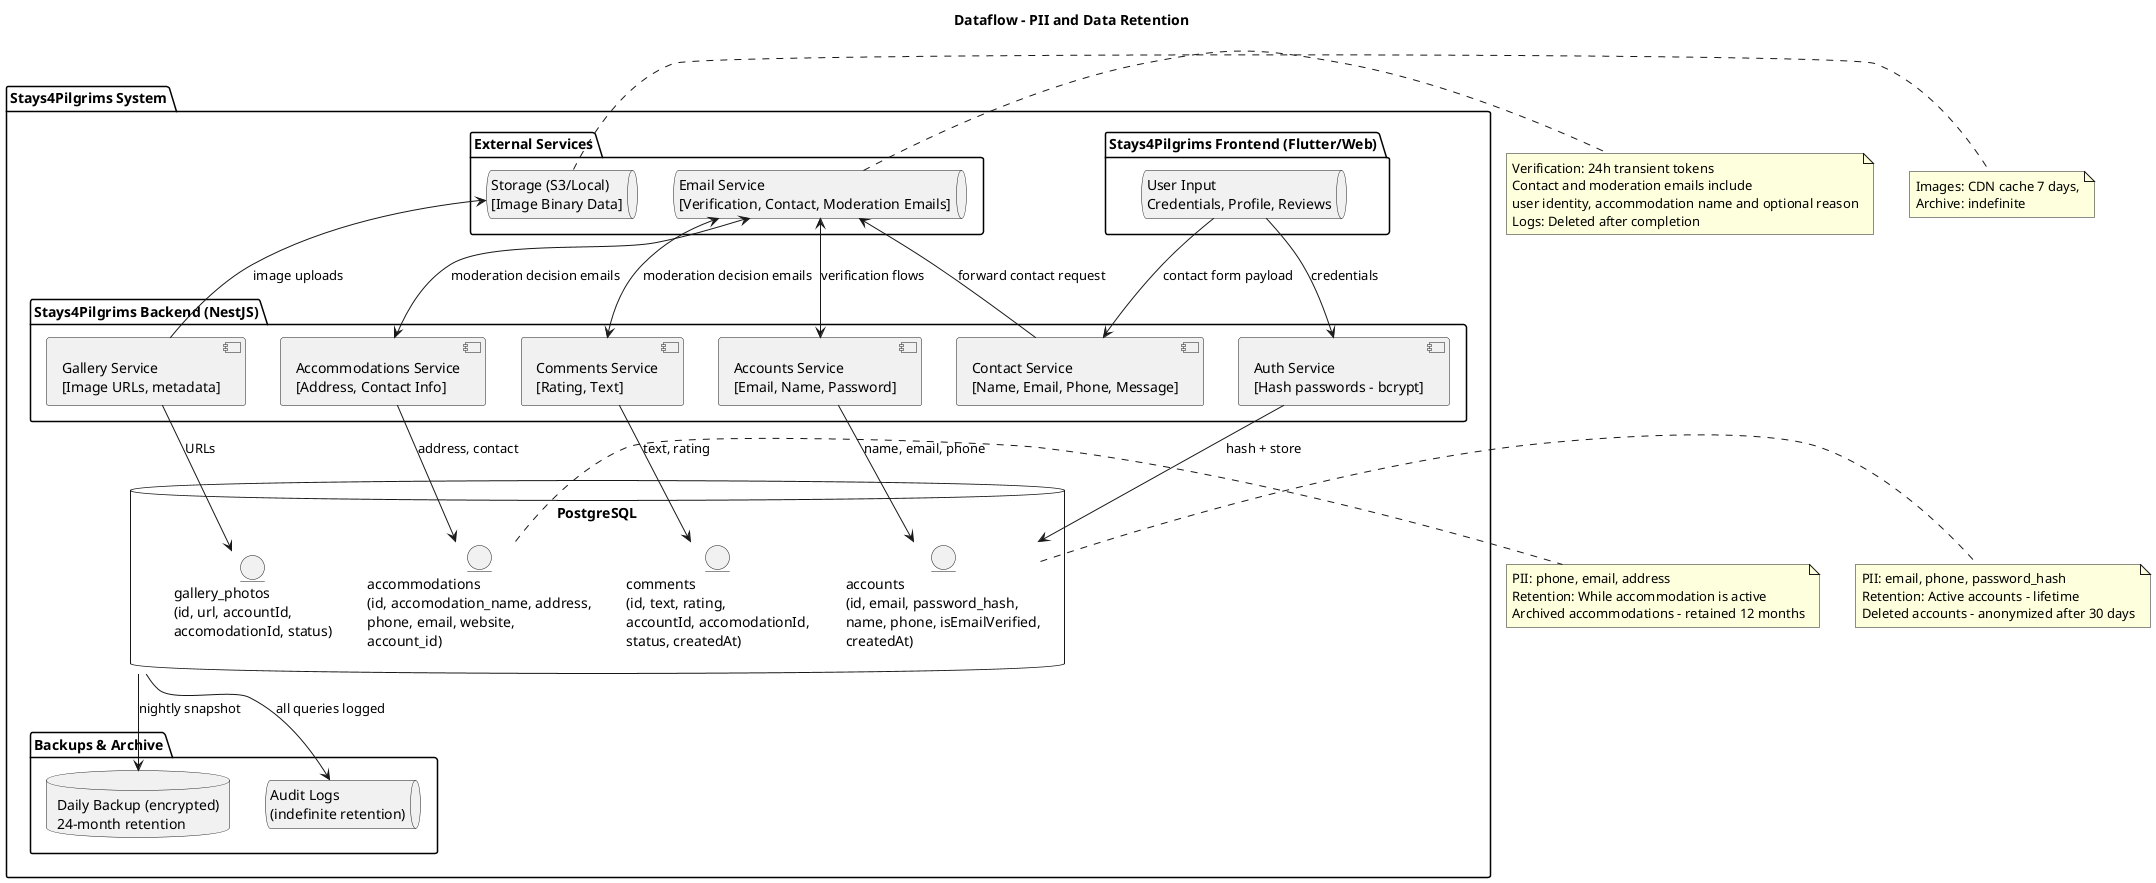
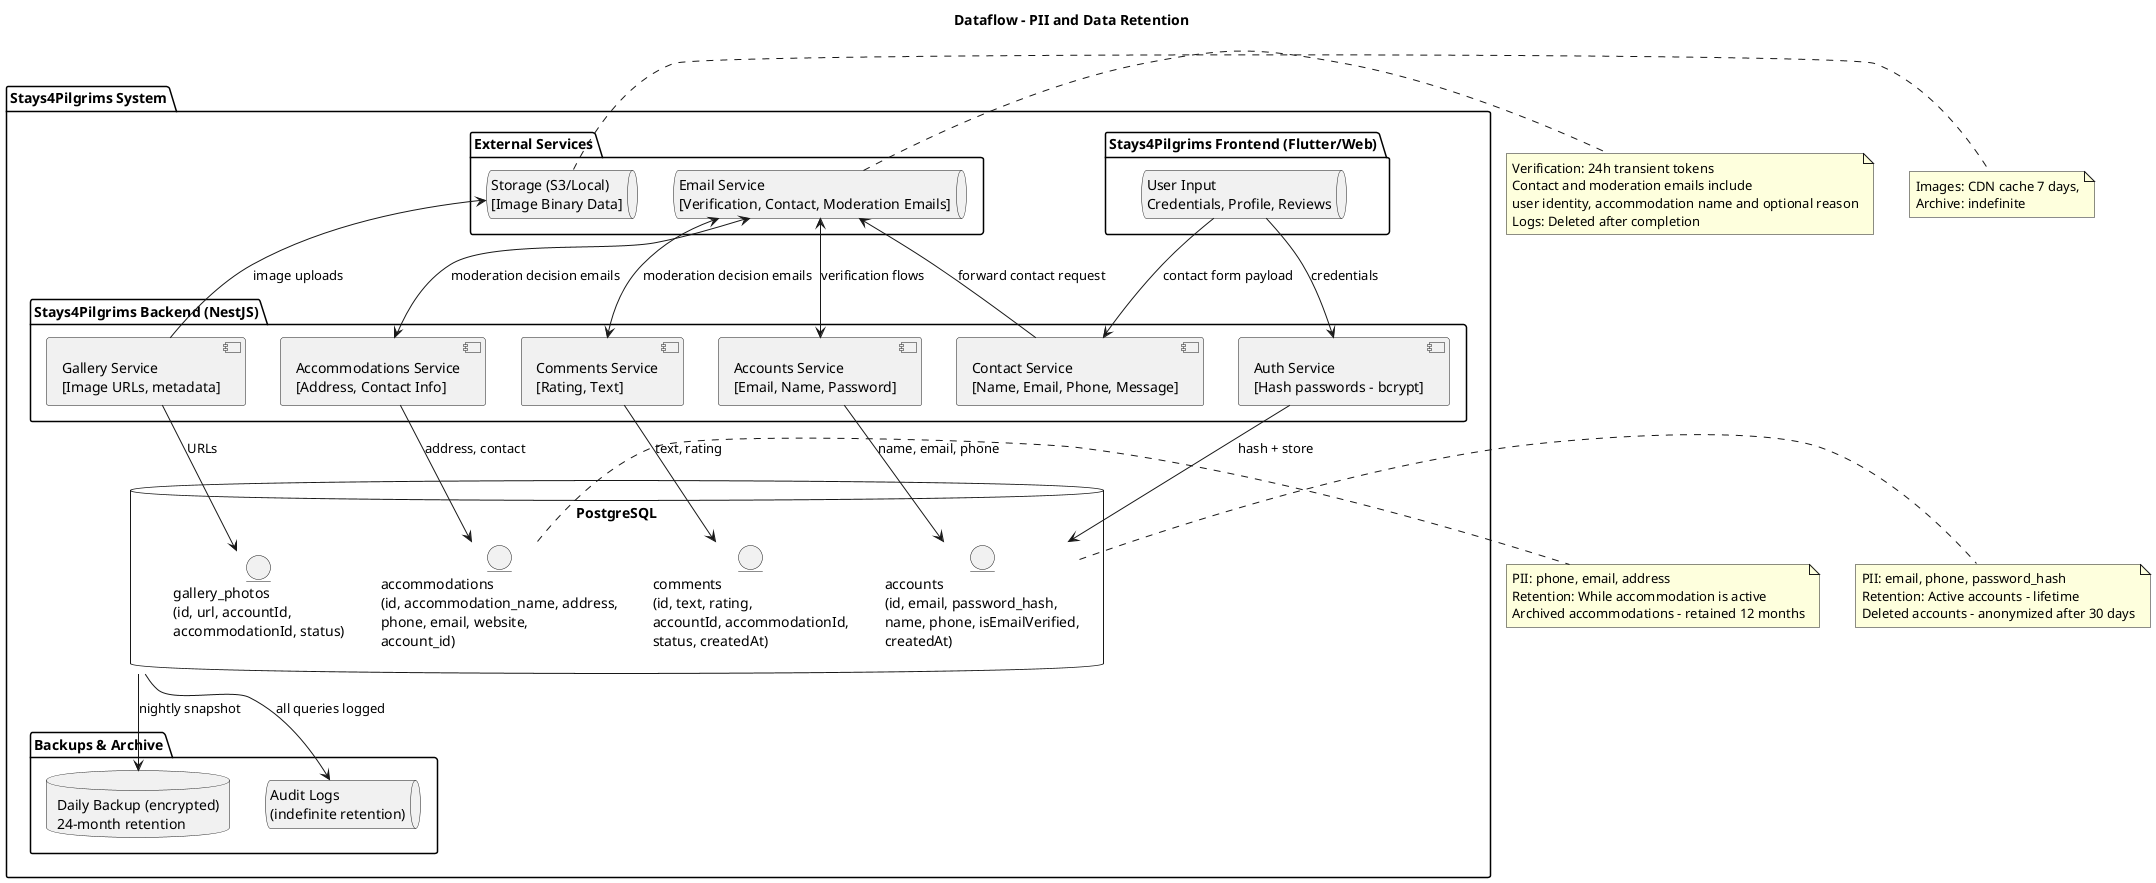
@startuml
title Dataflow - PII and Data Retention

package "Stays4Pilgrims System" {
  package "Stays4Pilgrims Frontend (Flutter/Web)" as Frontend {
    queue "User Input\nCredentials, Profile, Reviews" as FE_INPUT
  }

  package "Stays4Pilgrims Backend (NestJS)" as Backend {
    component "Auth Service\n[Hash passwords - bcrypt]" as AUTH
    component "Accounts Service\n[Email, Name, Password]" as ACC
    component "Accommodations Service\n[Address, Contact Info]" as ACCOMMODATIONS
    component "Comments Service\n[Rating, Text]" as COMMENTS
    component "Gallery Service\n[Image URLs, metadata]" as GALLERY
    component "Contact Service\n[Name, Email, Phone, Message]" as CONTACT
  }

  database "PostgreSQL" as DB {
    entity "accounts\n(id, email, password_hash,\nname, phone, isEmailVerified,\ncreatedAt)" as TBL_ACC
-     entity "accommodations\n(id, accomodation_name, address,\nphone, email, website,\naccount_id)" as TBL_ACCOMMODATIONS
-     entity "comments\n(id, text, rating,\naccountId, accomodationId,\nstatus, createdAt)" as TBL_COMMENTS
-     entity "gallery_photos\n(id, url, accountId,\naccomodationId, status)" as TBL_GALLERY
+     entity "accommodations\n(id, accommodation_name, address,\nphone, email, website,\naccount_id)" as TBL_ACCOMMODATIONS
+     entity "comments\n(id, text, rating,\naccountId, accommodationId,\nstatus, createdAt)" as TBL_COMMENTS
+     entity "gallery_photos\n(id, url, accountId,\naccommodationId, status)" as TBL_GALLERY
  }

  package "External Services" {
    queue "Email Service\n[Verification, Contact, Moderation Emails]" as EMAIL_SVC
    queue "Storage (S3/Local)\n[Image Binary Data]" as STORAGE
  }

  package "Backups & Archive" {
    database "Daily Backup (encrypted)\n24-month retention" as BACKUP
    queue "Audit Logs\n(indefinite retention)" as AUDIT
  }
}

FE_INPUT --> AUTH: credentials
FE_INPUT --> CONTACT: contact form payload
AUTH --> TBL_ACC: hash + store
ACC --> TBL_ACC: name, email, phone
ACCOMMODATIONS --> TBL_ACCOMMODATIONS: address, contact
COMMENTS --> TBL_COMMENTS: text, rating
GALLERY --> TBL_GALLERY: URLs
CONTACT --> EMAIL_SVC: forward contact request
EMAIL_SVC <--> ACC: verification flows
EMAIL_SVC <--> COMMENTS: moderation decision emails
EMAIL_SVC <--> ACCOMMODATIONS: moderation decision emails
STORAGE <-- GALLERY: image uploads
DB --> BACKUP: nightly snapshot
DB --> AUDIT: all queries logged

note right of TBL_ACC
  PII: email, phone, password_hash
  Retention: Active accounts - lifetime
  Deleted accounts - anonymized after 30 days
end note

note right of TBL_ACCOMMODATIONS
  PII: phone, email, address
  Retention: While accommodation is active
  Archived accommodations - retained 12 months
end note

note right of EMAIL_SVC
  Verification: 24h transient tokens
  Contact and moderation emails include
  user identity, accommodation name and optional reason
  Logs: Deleted after completion
end note

note right of STORAGE
  Images: CDN cache 7 days,
  Archive: indefinite
end note

@enduml
